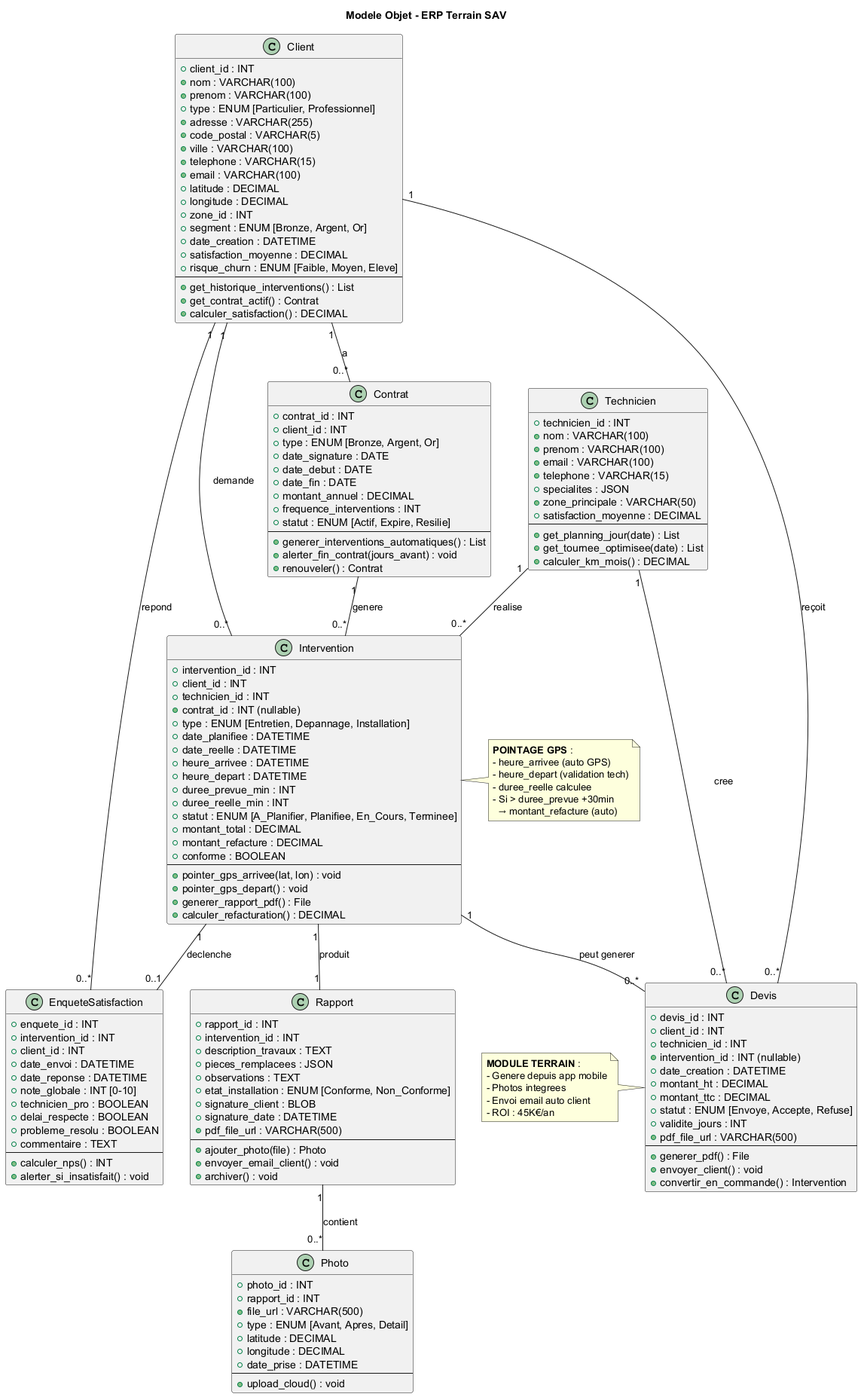
JordanSerafini/Audit_Duret keeps this PlantUML diagram as Services/Maintenance-Technique/uml/png/Class_Modele_Objet.png. Above is the earlier version.
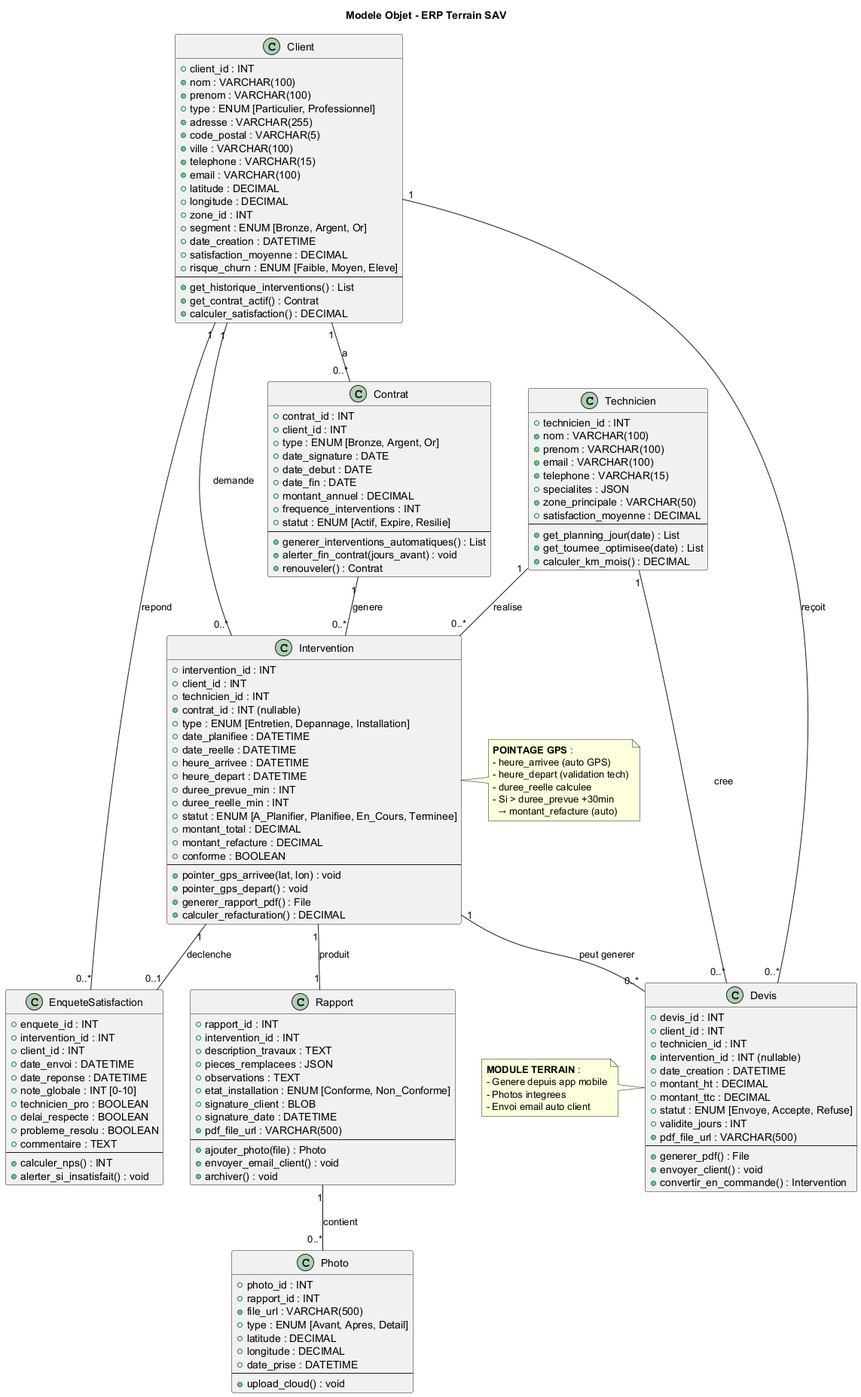
The same diagram one commit later.

What changed in the source:
```diff
@@ -170,7 +170,6 @@
   - Genere depuis app mobile
   - Photos integrees
   - Envoi email auto client
-  - ROI : 45K€/an
 end note
 
 @enduml
```
